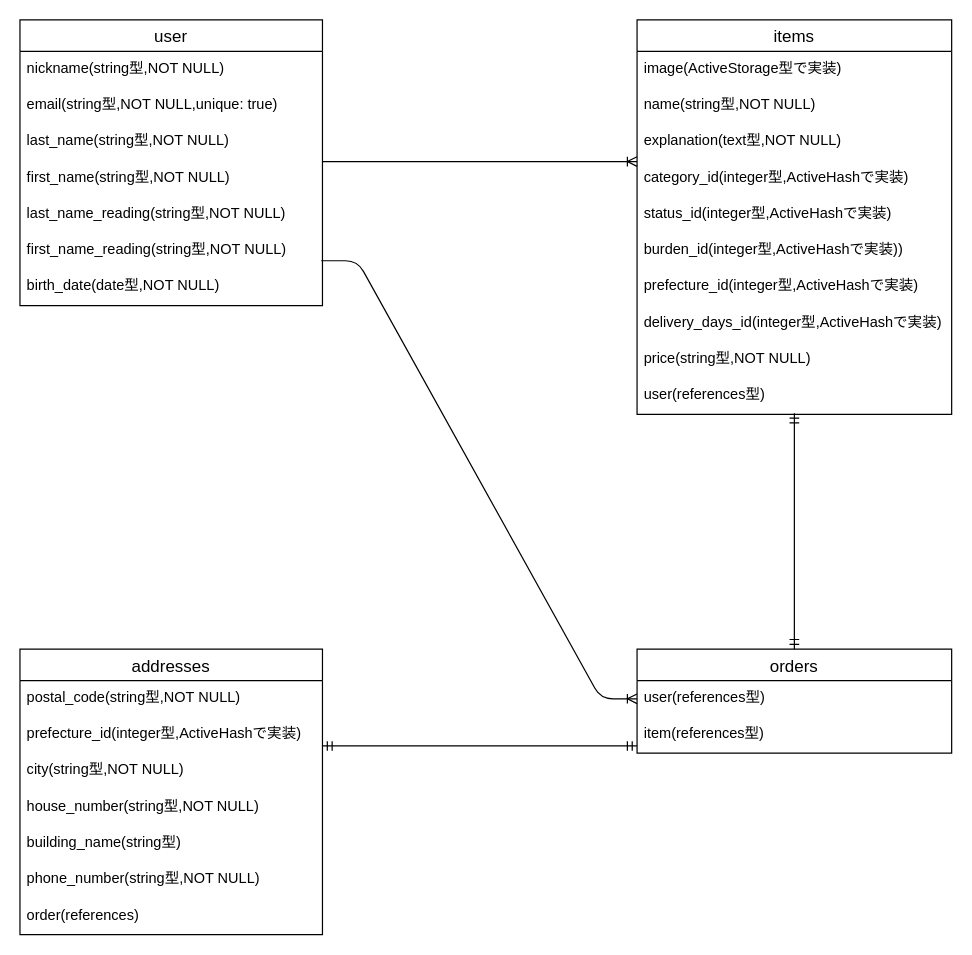
Earlier version of the draw.io diagram DB.dio (hiromasa-horikoshi/furima-33007). Source tidied: cells renumbered, new cells numbered last; positions are measured from the earlier drawing's top-left corner, leaving out a move shared by most shapes. Both pictures are drawn from the tidied source at 121%, with x=0, y=0 at pixel (19, 19).
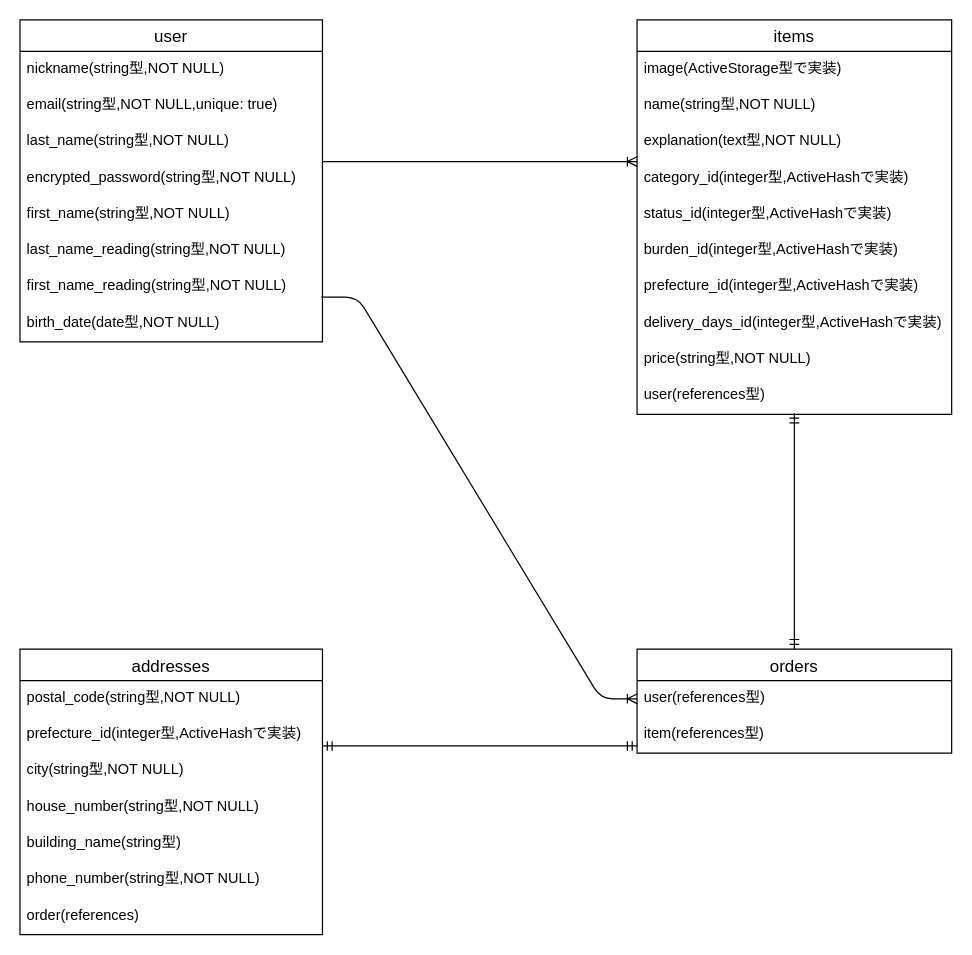
The same page after the edit.

Commit message (it also covers changes not shown here):
ER図とREADMEの修正2

The change refers to these unchanged cells:
```xml
<mxCell id="10" value="items" style="swimlane;fontStyle=0;horizontal=1;startSize=26;align=center;fontSize=14;" parent="1" vertex="1">
  <mxGeometry x="510" width="260" height="326" as="geometry" />
</mxCell>
```

What changed in the source:
```diff
@@
-    <mxCell id="16" value="burden_id(integer型,ActiveHashで実装))" style="text;strokeColor=none;fillColor=none;spacingLeft=4;spacingRight=4;overflow=hidden;fontSize=12;" parent="10" vertex="1">
+    <mxCell id="16" value="burden_id(integer型,ActiveHashで実装)" style="text;strokeColor=none;fillColor=none;spacingLeft=4;spacingRight=4;overflow=hidden;fontSize=12;" parent="10" vertex="1">
       <mxGeometry y="176" width="260" height="30" as="geometry" />
     </mxCell>
@@
     <mxCell id="24" value="user" style="swimlane;fontStyle=0;horizontal=1;startSize=26;align=center;fontSize=14;" parent="1" vertex="1">
-      <mxGeometry width="250" height="236" as="geometry" />
+      <mxGeometry width="250" height="266" as="geometry" />
     </mxCell>
@@
+    <mxCell id="38" value="encrypted_password(string型,NOT NULL)" style="text;strokeColor=none;fillColor=none;spacingLeft=4;spacingRight=4;overflow=hidden;fontSize=12;" parent="24" vertex="1">
+      <mxGeometry y="116" width="250" height="30" as="geometry" />
+    </mxCell>
     <mxCell id="28" value="first_name(string型,NOT NULL)" style="text;strokeColor=none;fillColor=none;spacingLeft=4;spacingRight=4;overflow=hidden;fontSize=12;" parent="24" vertex="1">
-      <mxGeometry y="116" width="250" height="30" as="geometry" />
+      <mxGeometry y="146" width="250" height="30" as="geometry" />
     </mxCell>
     <mxCell id="29" value="last_name_reading(string型,NOT NULL)" style="text;strokeColor=none;fillColor=none;spacingLeft=4;spacingRight=4;overflow=hidden;fontSize=12;" parent="24" vertex="1">
-      <mxGeometry y="146" width="250" height="30" as="geometry" />
+      <mxGeometry y="176" width="250" height="30" as="geometry" />
     </mxCell>
     <mxCell id="30" value="first_name_reading(string型,NOT NULL)" style="text;strokeColor=none;fillColor=none;spacingLeft=4;spacingRight=4;overflow=hidden;points=[[0,0.5],[1,0.5]];portConstraint=eastwest;fontSize=12;" parent="24" vertex="1">
-      <mxGeometry y="176" width="250" height="30" as="geometry" />
+      <mxGeometry y="206" width="250" height="30" as="geometry" />
     </mxCell>
     <mxCell id="31" value="birth_date(date型,NOT NULL)" style="text;strokeColor=none;fillColor=none;spacingLeft=4;spacingRight=4;overflow=hidden;fontSize=12;" parent="24" vertex="1">
-      <mxGeometry y="206" width="250" height="30" as="geometry" />
+      <mxGeometry y="236" width="250" height="30" as="geometry" />
     </mxCell>
@@
-    <mxCell id="34" style="edgeStyle=entityRelationEdgeStyle;fontSize=12;html=1;endArrow=ERmandOne;startArrow=ERmandOne;jumpStyle=none;strokeColor=none;rounded=0;entryX=0.494;entryY=1.033;entryDx=0;entryDy=0;entryPerimeter=0;" parent="1" edge="1">
-      <mxGeometry relative="1" as="geometry">
-        <mxPoint x="90" y="510" as="sourcePoint" />
-        <mxPoint x="123.5" y="267" as="targetPoint" />
-      </mxGeometry>
-    </mxCell>
-    <mxCell id="35" style="edgeStyle=entityRelationEdgeStyle;fontSize=12;html=1;endArrow=ERmandOne;startArrow=ERmandOne;strokeColor=none;curved=1;entryX=0.5;entryY=1;entryDx=0;entryDy=0;entryPerimeter=0;" parent="1" edge="1">
-      <mxGeometry relative="1" as="geometry">
-        <mxPoint x="80" y="500" as="sourcePoint" />
-        <mxPoint x="125" y="266" as="targetPoint" />
-      </mxGeometry>
-    </mxCell>
```
